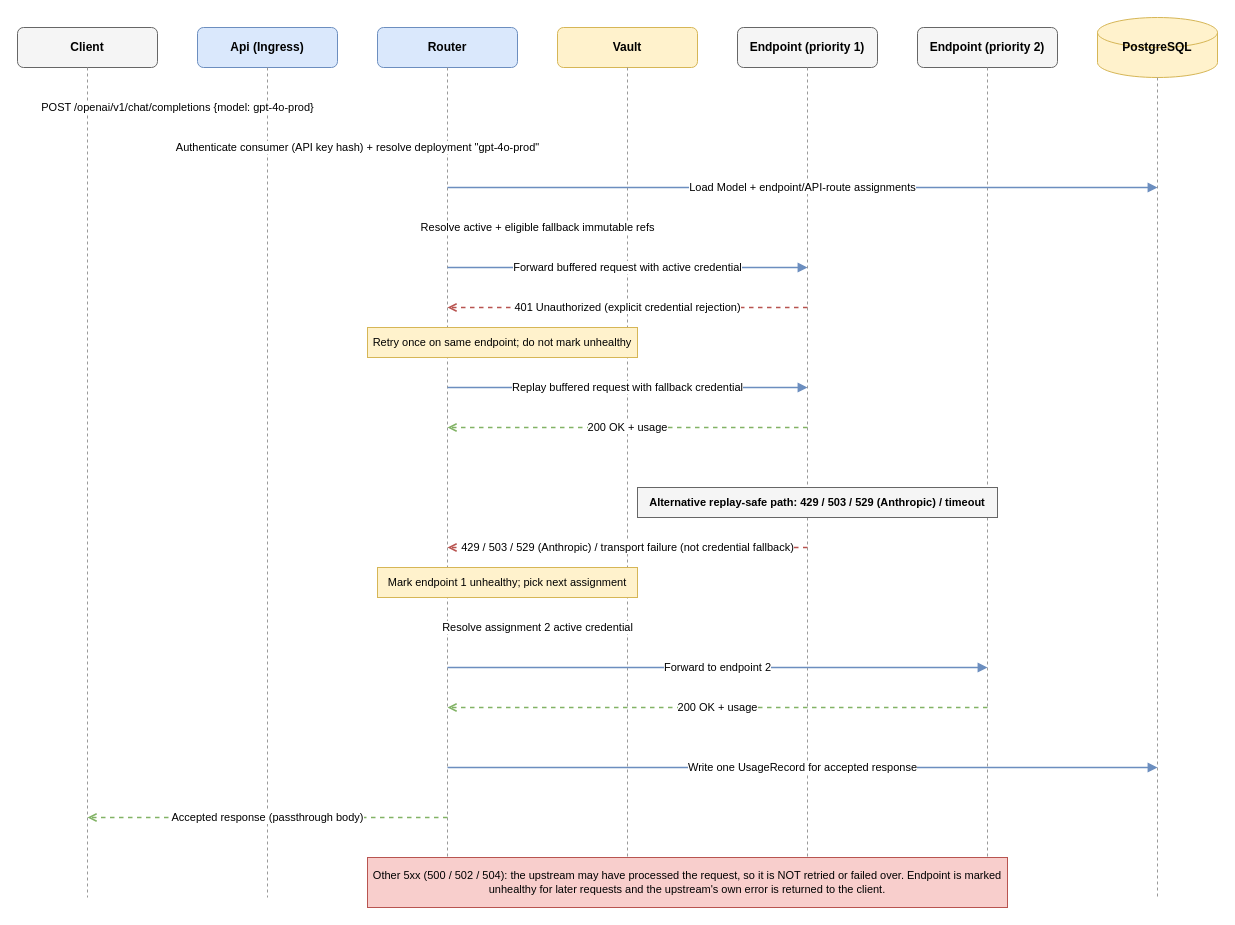
This is specs/architecture/diagrams/03-sequence-non-streaming-failover.drawio from azureholic/AIProxyPlus, a draw.io file, before an edit. Source tidied: cells renumbered, new cells numbered last; positions are measured from the earlier drawing's top-left corner, leaving out a move shared by most shapes. Both pictures are drawn from the tidied source at 100%, with x=0, y=0 at pixel (17, 17).
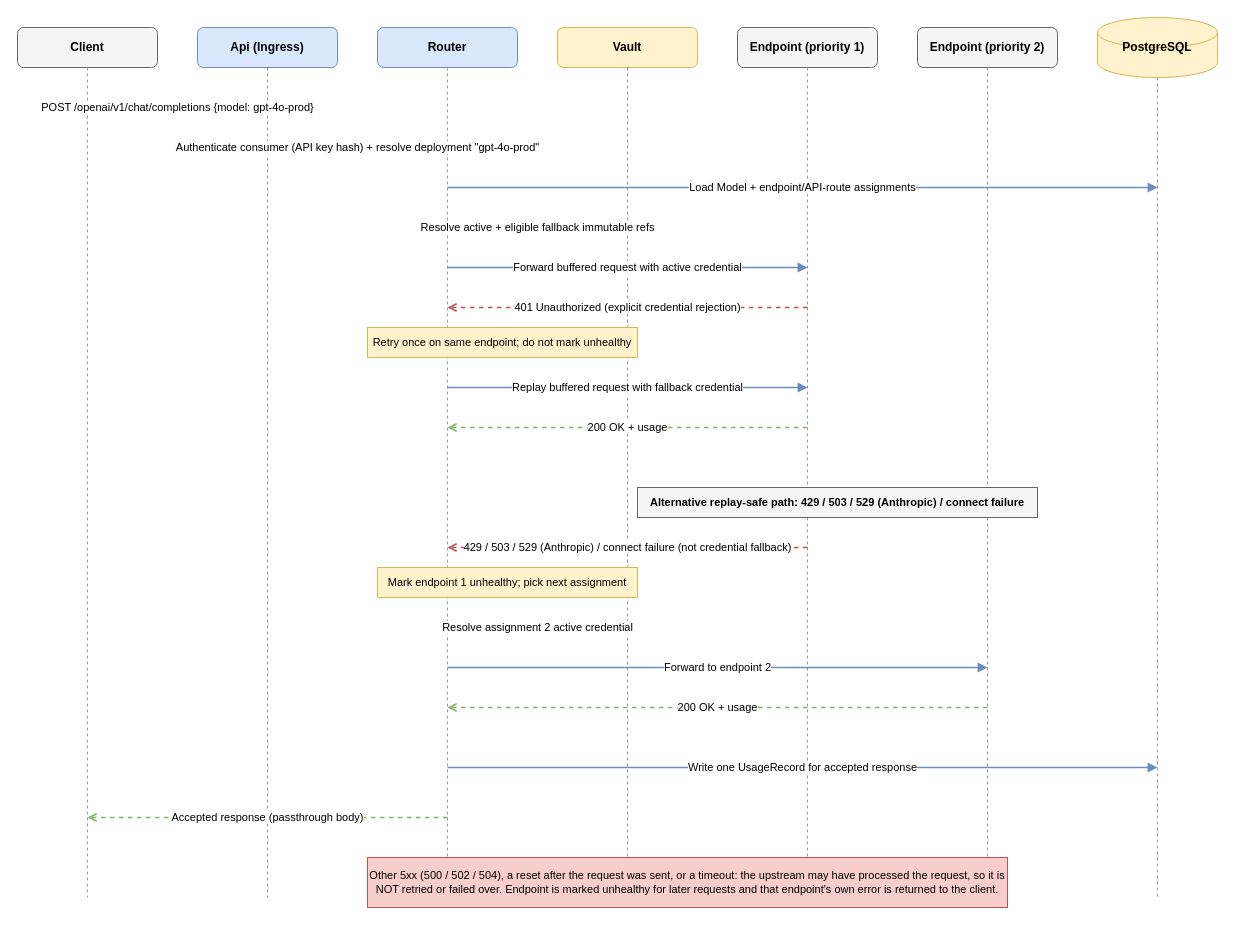
After the change.

Commit message (it also covers changes not shown here):
Treat post-connect transport failures as possibly processed

The edit, as a diff of the source:
```diff
@@
-    <mxCell id="25" value="Alternative replay-safe path: 429 / 503 / 529 (Anthropic) / timeout" style="rounded=0;whiteSpace=wrap;html=1;fillColor=#f5f5f5;strokeColor=#666666;fontSize=11;align=center;fontStyle=1;" parent="1" vertex="1">
-      <mxGeometry x="620" y="470" width="360" height="30" as="geometry" />
+    <mxCell id="25" value="Alternative replay-safe path: 429 / 503 / 529 (Anthropic) / connect failure" style="rounded=0;whiteSpace=wrap;html=1;fillColor=#f5f5f5;strokeColor=#666666;fontSize=11;align=center;fontStyle=1;" parent="1" vertex="1">
+      <mxGeometry x="620" y="470" width="400" height="30" as="geometry" />
     </mxCell>
-    <mxCell id="26" value="429 / 503 / 529 (Anthropic) / transport failure (not credential fallback)" style="html=1;endArrow=open;dashed=1;strokeColor=#b85450;strokeWidth=1.5;fontSize=11;" parent="1" edge="1">
+    <mxCell id="26" value="429 / 503 / 529 (Anthropic) / connect failure (not credential fallback)" style="html=1;endArrow=open;dashed=1;strokeColor=#b85450;strokeWidth=1.5;fontSize=11;" parent="1" edge="1">
       <mxGeometry relative="1" as="geometry">
         <mxPoint x="790" y="530" as="sourcePoint" />
         <mxPoint x="430" y="530" as="targetPoint" />
       </mxGeometry>
     </mxCell>
@@
-    <mxCell id="33" value="Other 5xx (500 / 502 / 504): the upstream may have processed the request, so it is NOT retried or failed over. Endpoint is marked unhealthy for later requests and the upstream's own error is returned to the client." style="rounded=0;whiteSpace=wrap;html=1;fillColor=#f8cecc;strokeColor=#b85450;fontSize=11;align=center;" parent="1" vertex="1">
+    <mxCell id="33" value="Other 5xx (500 / 502 / 504), a reset after the request was sent, or a timeout: the upstream may have processed the request, so it is NOT retried or failed over. Endpoint is marked unhealthy for later requests and that endpoint's own error is returned to the client." style="rounded=0;whiteSpace=wrap;html=1;fillColor=#f8cecc;strokeColor=#b85450;fontSize=11;align=center;" parent="1" vertex="1">
       <mxGeometry x="350" y="840" width="640" height="50" as="geometry" />
     </mxCell>
```
